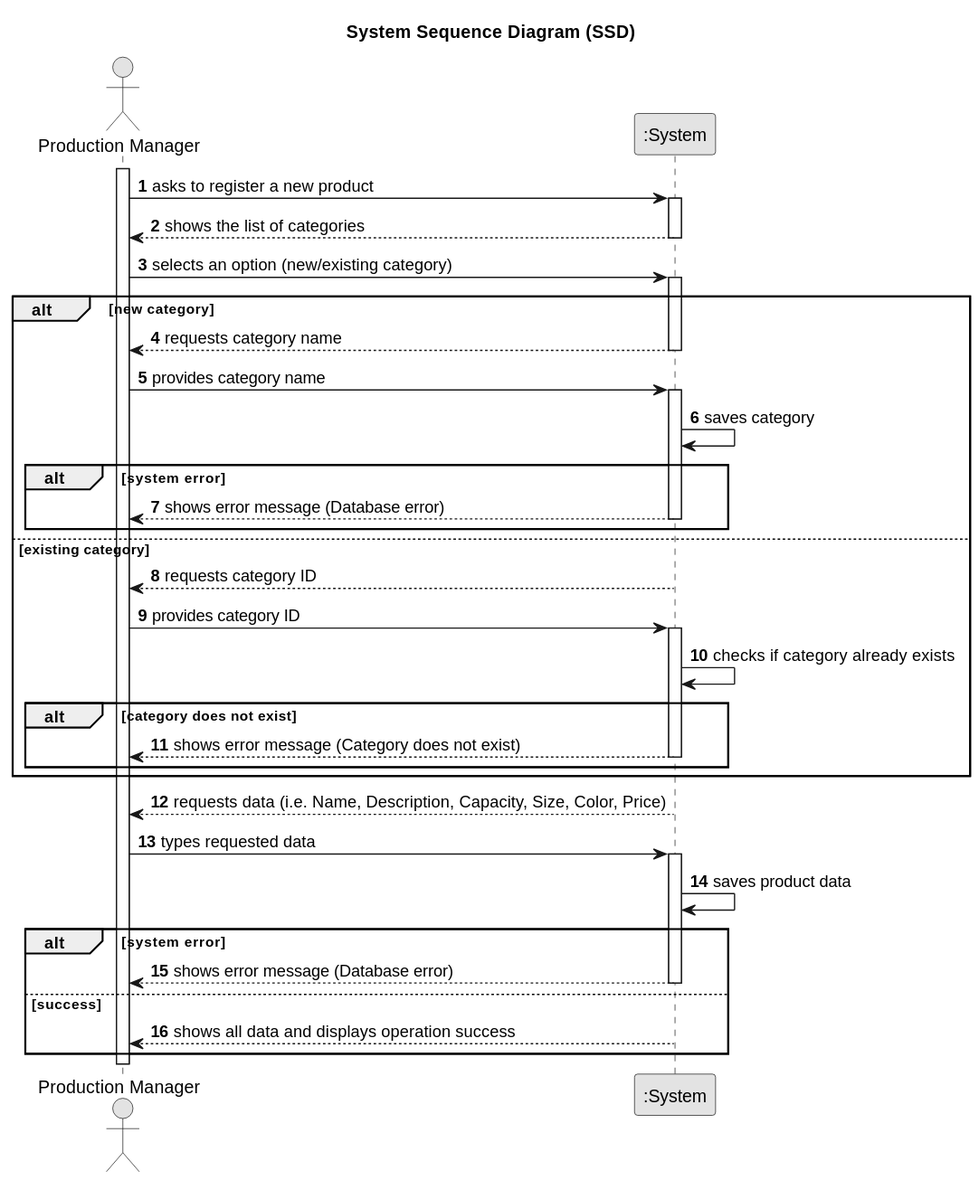
Earlier version of the PlantUML export documentation/user-stories/us011/01.requirements-engineering/svg/us011-system-sequence-diagram.svg (daniel41silva05/Production_Control_Industrial_ISEP).
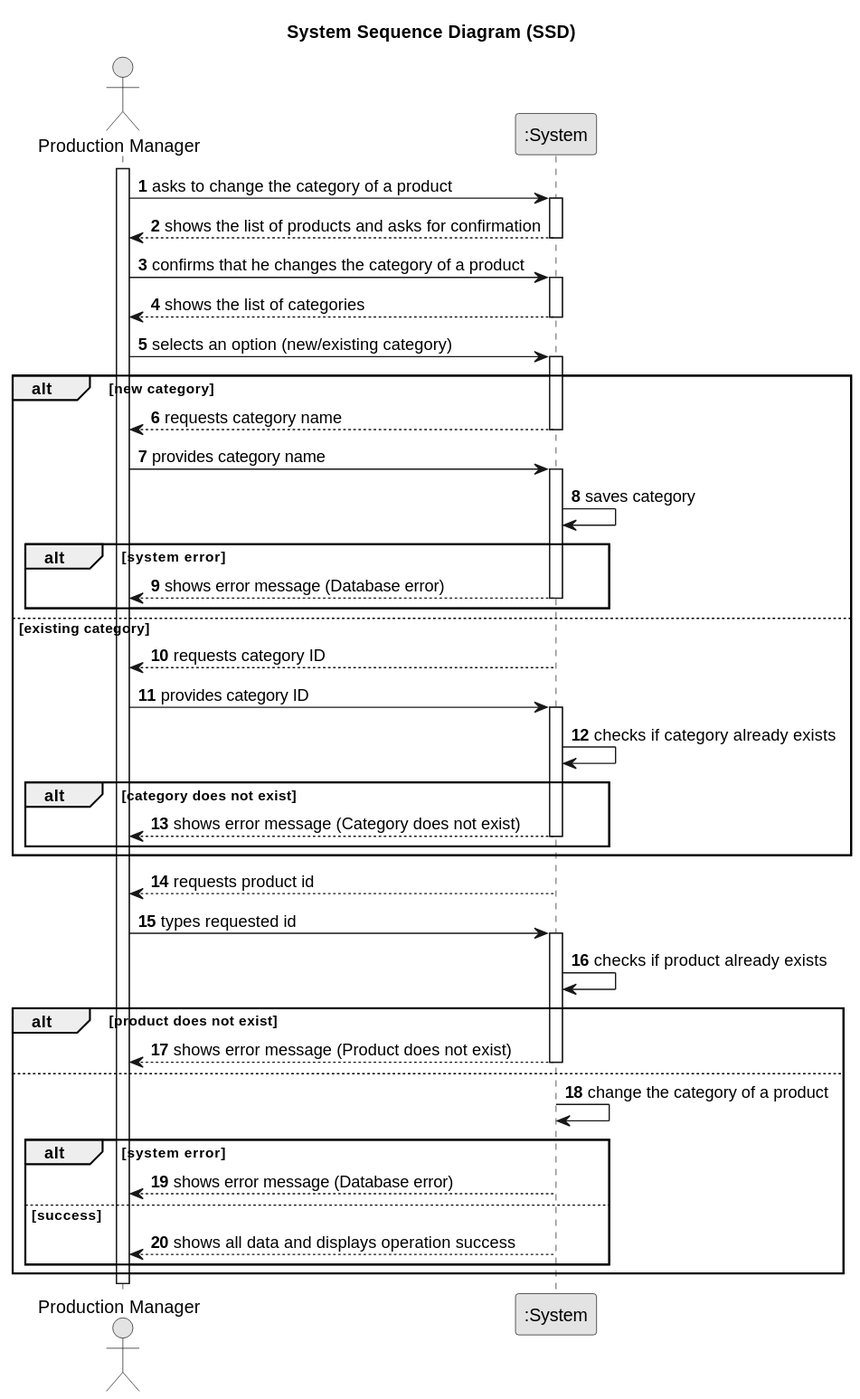
After the commit.

Diff of the diagram source:
```diff
@@ -12,7 +12,13 @@
 
 activate PM
 
-    PM -> System : asks to register a new product
+    PM -> System : asks to change the category of a product
+    activate System
+
+        System --> PM : shows the list of products and asks for confirmation
+    deactivate System
+
+    PM -> System : confirms that he changes the category of a product
     activate System
 
         System --> PM : shows the list of categories
@@ -50,13 +56,19 @@
             end
     end
 
-        System --> PM : requests data (i.e. Name, Description, Capacity, Size, Color, Price)
+        System --> PM : requests product id
     deactivate System
 
-    PM -> System : types requested data
+    PM -> System : types requested id
     activate System
 
-                System -> System : saves product data
+    System -> System : checks if product already exists
+        alt product does not exist
+                System --> PM : shows error message (Product does not exist)
+            deactivate System
+        else
+
+                System -> System : change the category of a product
                 alt system error
                     System --> PM : shows error message (Database error)
                     deactivate System
@@ -64,4 +76,5 @@
                     System --> PM : shows all data and displays operation success
                     deactivate System
                 end
+        end
 @enduml
```
